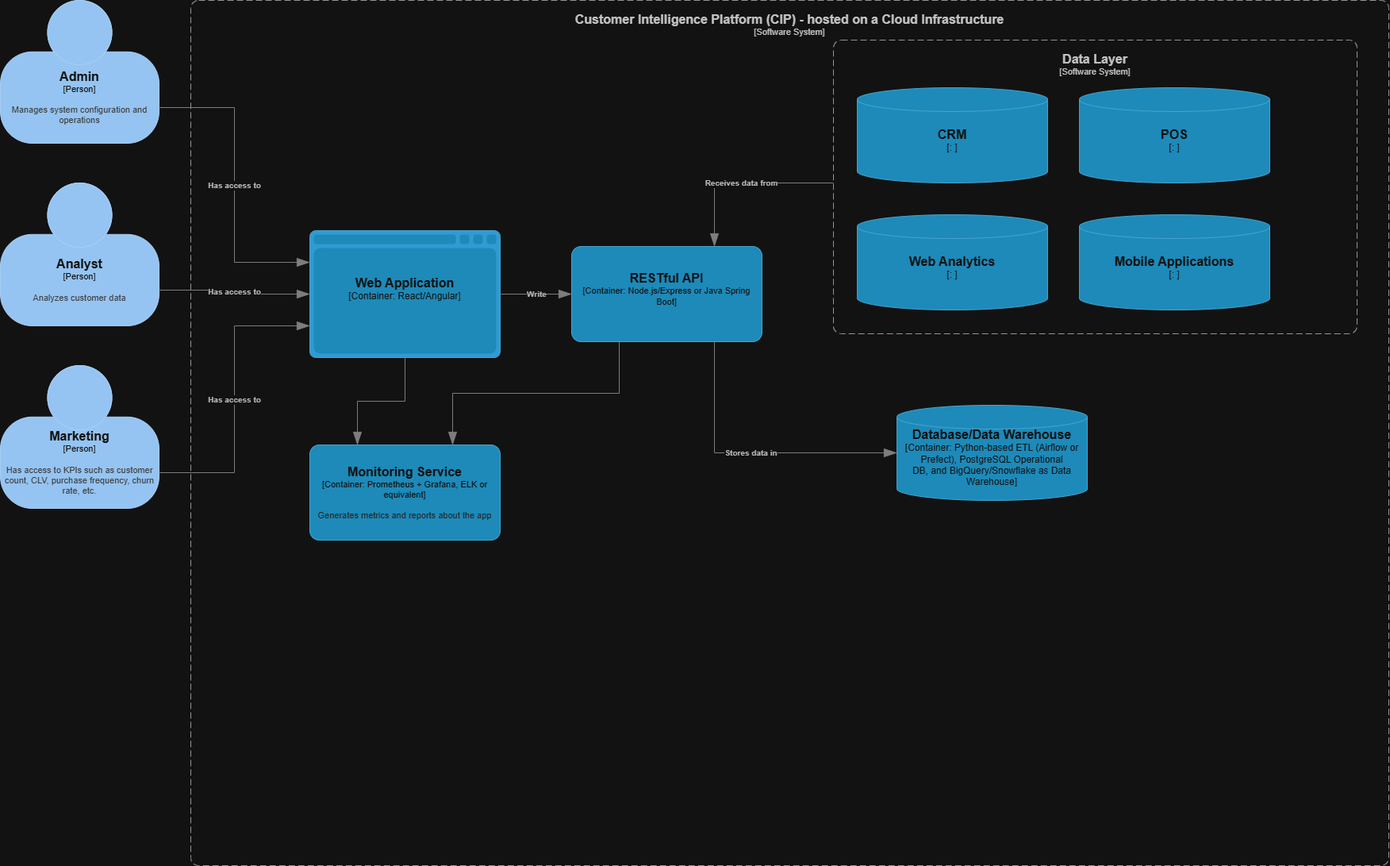
Earlier version of the draw.io export C4Diagrams-Container.drawio.png (BrassoiCatalin/MockRFP). Source tidied: cells renumbered, new cells last; positions are measured from the earlier drawing's top-left corner, leaving out a move shared by most shapes.
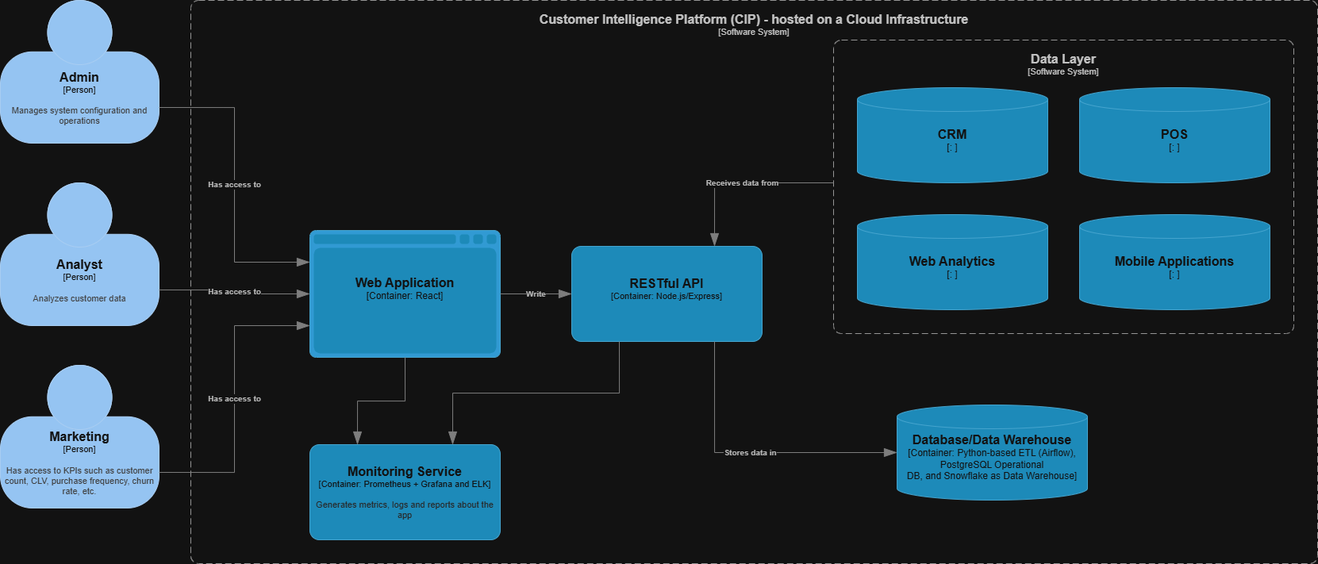
Above is the later version.

What changed in the source:
```diff
@@ -19,27 +19,27 @@
     </object>
     <object id="5" label="&lt;font style=&quot;font-size: 16px&quot;&gt;&lt;b&gt;&lt;div style=&quot;&quot;&gt;%c4Name%&lt;/div&gt;&lt;/b&gt;&lt;/font&gt;&lt;div style=&quot;&quot;&gt;[%c4Application%]&lt;/div&gt;" c4Application="Software System" c4Name="Customer Intelligence Platform (CIP) - hosted on a Cloud Infrastructure" c4Type="SystemScopeBoundary" placeholders="1">
       <mxCell style="rounded=1;fontSize=11;whiteSpace=wrap;html=1;dashed=1;arcSize=20;fillColor=none;strokeColor=#666666;fontColor=#333333;labelBackgroundColor=none;align=center;verticalAlign=top;labelBorderColor=none;spacingTop=0;spacing=10;dashPattern=8 4;perimeter=rectanglePerimeter;noLabel=0;labelPadding=0;absoluteArcSize=1;" parent="1" vertex="1">
-        <mxGeometry x="240" width="1510" height="1090" as="geometry" />
+        <mxGeometry x="240" width="1420" height="710" as="geometry" />
       </mxCell>
     </object>
-    <object id="6" label="&lt;font style=&quot;font-size: 16px&quot;&gt;&lt;b&gt;%c4Name%&lt;/b&gt;&lt;/font&gt;&lt;div&gt;[%c4Type%: %c4Technology%]&lt;/div&gt;&lt;br&gt;&lt;div&gt;&lt;font style=&quot;font-size: 11px&quot;&gt;&lt;font color=&quot;#E6E6E6&quot;&gt;%c4Description%&lt;/font&gt;&lt;/div&gt;" c4Description="Generates metrics and reports about the app" c4Name="Monitoring Service" c4Technology="Prometheus + Grafana, ELK or equivalent" c4Type="Container" placeholders="1">
+    <object id="6" label="&lt;font style=&quot;font-size: 16px&quot;&gt;&lt;b&gt;%c4Name%&lt;/b&gt;&lt;/font&gt;&lt;div&gt;[%c4Type%: %c4Technology%]&lt;/div&gt;&lt;br&gt;&lt;div&gt;&lt;font style=&quot;font-size: 11px&quot;&gt;&lt;font color=&quot;#E6E6E6&quot;&gt;%c4Description%&lt;/font&gt;&lt;/div&gt;" c4Description="Generates metrics, logs and reports about the app" c4Name="Monitoring Service" c4Technology="Prometheus + Grafana and ELK" c4Type="Container" placeholders="1">
       <mxCell style="rounded=1;whiteSpace=wrap;html=1;fontSize=11;labelBackgroundColor=none;fillColor=#23A2D9;fontColor=#ffffff;align=center;arcSize=10;strokeColor=#0E7DAD;points=[[0.25,0,0],[0.5,0,0],[0.75,0,0],[1,0.25,0],[1,0.5,0],[1,0.75,0],[0.75,1,0],[0.5,1,0],[0.25,1,0],[0,0.75,0],[0,0.5,0],[0,0.25,0]];" parent="1" vertex="1">
         <mxGeometry x="390" y="560" width="240" height="120" as="geometry" />
       </mxCell>
     </object>
-    <object id="7" label="&lt;font style=&quot;font-size: 16px&quot;&gt;&lt;b&gt;%c4Name%&lt;/b&gt;&lt;/font&gt;&lt;div&gt;[%c4Type%: %c4Technology%]&lt;/div&gt;&lt;br&gt;&lt;div&gt;&lt;font style=&quot;font-size: 11px&quot;&gt;&lt;font color=&quot;#E6E6E6&quot;&gt;%c4Description%&lt;/font&gt;&lt;/div&gt;" c4Description="" c4Name="RESTful API" c4Technology="Node.js/Express or Java Spring Boot" c4Type="Container" placeholders="1">
+    <object id="7" label="&lt;font style=&quot;font-size: 16px&quot;&gt;&lt;b&gt;%c4Name%&lt;/b&gt;&lt;/font&gt;&lt;div&gt;[%c4Type%: %c4Technology%]&lt;/div&gt;&lt;br&gt;&lt;div&gt;&lt;font style=&quot;font-size: 11px&quot;&gt;&lt;font color=&quot;#E6E6E6&quot;&gt;%c4Description%&lt;/font&gt;&lt;/div&gt;" c4Description="" c4Name="RESTful API" c4Technology="Node.js/Express" c4Type="Container" placeholders="1">
       <mxCell style="rounded=1;whiteSpace=wrap;html=1;fontSize=11;labelBackgroundColor=none;fillColor=#23A2D9;fontColor=#ffffff;align=center;arcSize=10;strokeColor=#0E7DAD;points=[[0.25,0,0],[0.5,0,0],[0.75,0,0],[1,0.25,0],[1,0.5,0],[1,0.75,0],[0.75,1,0],[0.5,1,0],[0.25,1,0],[0,0.75,0],[0,0.5,0],[0,0.25,0]];" parent="1" vertex="1">
         <mxGeometry x="720" y="310" width="240" height="120" as="geometry" />
       </mxCell>
     </object>
-    <object id="8" label="&lt;font style=&quot;font-size: 16px&quot;&gt;&lt;b&gt;%c4Name%&lt;/b&gt;&lt;/font&gt;&lt;div&gt;[%c4Type%:&amp;nbsp;%c4Technology%]&lt;/div&gt;&lt;br&gt;&lt;div&gt;&lt;font style=&quot;font-size: 11px&quot;&gt;&lt;font color=&quot;#E6E6E6&quot;&gt;%c4Description%&lt;/font&gt;&lt;/div&gt;" c4Description="" c4Name="Database/Data Warehouse" c4Technology="Python-based ETL (Airflow or Prefect), PostgreSQL Operational &#10;DB, and BigQuery/Snowflake as Data Warehouse" c4Type="Container" placeholders="1">
+    <object id="8" label="&lt;font style=&quot;font-size: 16px&quot;&gt;&lt;b&gt;%c4Name%&lt;/b&gt;&lt;/font&gt;&lt;div&gt;[%c4Type%:&amp;nbsp;%c4Technology%]&lt;/div&gt;&lt;br&gt;&lt;div&gt;&lt;font style=&quot;font-size: 11px&quot;&gt;&lt;font color=&quot;#E6E6E6&quot;&gt;%c4Description%&lt;/font&gt;&lt;/div&gt;" c4Description="" c4Name="Database/Data Warehouse" c4Technology="Python-based ETL (Airflow), PostgreSQL Operational &#10;DB, and Snowflake as Data Warehouse" c4Type="Container" placeholders="1">
       <mxCell style="shape=cylinder3;size=15;whiteSpace=wrap;html=1;boundedLbl=1;rounded=0;labelBackgroundColor=none;fillColor=#23A2D9;fontSize=12;fontColor=#ffffff;align=center;strokeColor=#0E7DAD;points=[[0.5,0,0],[1,0.25,0],[1,0.5,0],[1,0.75,0],[0.5,1,0],[0,0.75,0],[0,0.5,0],[0,0.25,0]];" parent="1" vertex="1">
         <mxGeometry x="1130" y="510" width="240" height="120" as="geometry" />
       </mxCell>
     </object>
     <object id="9" label="&lt;font style=&quot;font-size: 16px&quot;&gt;&lt;b&gt;&lt;div style=&quot;&quot;&gt;%c4Name%&lt;/div&gt;&lt;/b&gt;&lt;/font&gt;&lt;div style=&quot;&quot;&gt;[%c4Application%]&lt;/div&gt;" c4Application="Software System" c4Name="Data Layer" c4Type="SystemScopeBoundary" placeholders="1">
       <mxCell style="rounded=1;fontSize=11;whiteSpace=wrap;html=1;dashed=1;arcSize=20;fillColor=none;strokeColor=#666666;fontColor=#333333;labelBackgroundColor=none;align=center;verticalAlign=top;labelBorderColor=none;spacingTop=0;spacing=10;dashPattern=8 4;perimeter=rectanglePerimeter;noLabel=0;labelPadding=0;absoluteArcSize=1;" parent="1" vertex="1">
-        <mxGeometry x="1050" y="50" width="660" height="370" as="geometry" />
+        <mxGeometry x="1050" y="50" width="580" height="370" as="geometry" />
       </mxCell>
     </object>
     <object id="10" label="&lt;font style=&quot;font-size: 16px&quot;&gt;&lt;b&gt;%c4Name%&lt;/b&gt;&lt;/font&gt;&lt;div&gt;[%c4Type%:&amp;nbsp;%c4Technology%]&lt;/div&gt;&lt;br&gt;&lt;div&gt;&lt;font style=&quot;font-size: 11px&quot;&gt;&lt;font color=&quot;#E6E6E6&quot;&gt;%c4Description%&lt;/font&gt;&lt;/div&gt;" c4Description="" c4Name="Mobile Applications" c4Technology="" c4Type="" placeholders="1">
@@ -62,7 +62,7 @@
         <mxGeometry x="1080" y="110" width="240" height="120" as="geometry" />
       </mxCell>
     </object>
-    <object id="14" label="&lt;font style=&quot;font-size: 16px&quot;&gt;&lt;b&gt;%c4Name%&lt;/b&gt;&lt;/font&gt;&lt;div&gt;[%c4Type%:&amp;nbsp;%c4Technology%]&lt;/div&gt;&lt;br&gt;&lt;div&gt;&lt;font style=&quot;font-size: 11px&quot;&gt;&lt;font color=&quot;#E6E6E6&quot;&gt;%c4Description%&lt;/font&gt;&lt;/div&gt;" c4Description="" c4Name="Web Application" c4Technology="React/Angular" c4Type="Container" placeholders="1">
+    <object id="14" label="&lt;font style=&quot;font-size: 16px&quot;&gt;&lt;b&gt;%c4Name%&lt;/b&gt;&lt;/font&gt;&lt;div&gt;[%c4Type%:&amp;nbsp;%c4Technology%]&lt;/div&gt;&lt;br&gt;&lt;div&gt;&lt;font style=&quot;font-size: 11px&quot;&gt;&lt;font color=&quot;#E6E6E6&quot;&gt;%c4Description%&lt;/font&gt;&lt;/div&gt;" c4Description="" c4Name="Web Application" c4Technology="React" c4Type="Container" placeholders="1">
       <mxCell style="shape=mxgraph.c4.webBrowserContainer2;whiteSpace=wrap;html=1;boundedLbl=1;rounded=0;labelBackgroundColor=none;strokeColor=#118ACD;fillColor=#23A2D9;strokeColor=#118ACD;strokeColor2=#0E7DAD;fontSize=12;fontColor=#ffffff;align=center;points=[[0.5,0,0],[1,0.25,0],[1,0.5,0],[1,0.75,0],[0.5,1,0],[0,0.75,0],[0,0.5,0],[0,0.25,0]];" parent="1" vertex="1">
         <mxGeometry x="390" y="290" width="240" height="160" as="geometry" />
       </mxCell>
```
